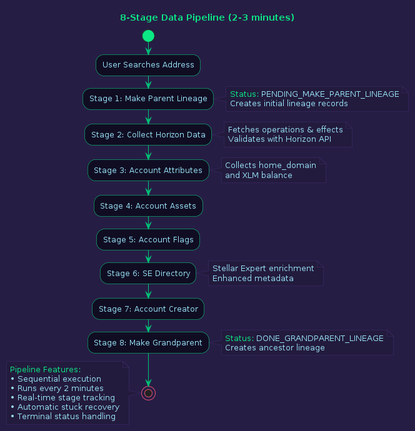
Earlier version of the PlantUML export diagrams/02_data_pipeline.png (areveur51/StellarMapWeb).
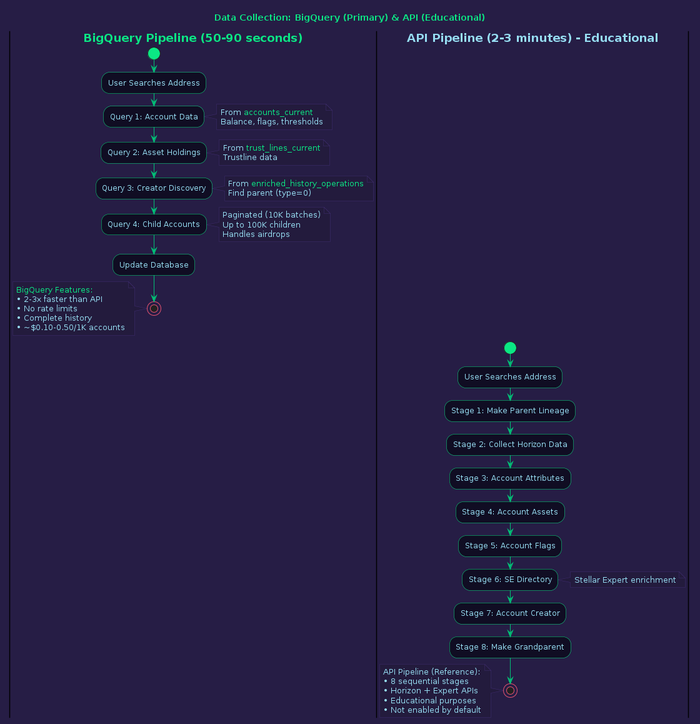
Above is the later version.

Commit message:
Update diagrams in the README file to reflect current system architecture

What changed in the source:
```diff
@@ -16,29 +16,62 @@
   FontColor #96DDF2
 }
 
-title <color:#0BE784>8-Stage Data Pipeline (2-3 minutes)
+title <color:#0BE784>Data Collection: BigQuery (Primary) & API (Educational)
+
+|<b><color:#0BE784>BigQuery Pipeline (50-90 seconds)|
+
+start
+
+:User Searches Address;
+
+:Query 1: Account Data;
+note right #231B3D
+  <color:#96DDF2>From <color:#0BE784>accounts_current
+  <color:#96DDF2>Balance, flags, thresholds
+end note
+
+:Query 2: Asset Holdings;
+note right #231B3D
+  <color:#96DDF2>From <color:#0BE784>trust_lines_current
+  <color:#96DDF2>Trustline data
+end note
+
+:Query 3: Creator Discovery;
+note right #231B3D
+  <color:#96DDF2>From <color:#0BE784>enriched_history_operations
+  <color:#96DDF2>Find parent (type=0)
+end note
+
+:Query 4: Child Accounts;
+note right #231B3D
+  <color:#96DDF2>Paginated (10K batches)
+  <color:#96DDF2>Up to 100K children
+  <color:#96DDF2>Handles airdrops
+end note
+
+:Update Database;
+
+stop
+
+note left #231B3D
+  <color:#0BE784>BigQuery Features:
+  <color:#96DDF2>• 2-3x faster than API
+  <color:#96DDF2>• No rate limits
+  <color:#96DDF2>• Complete history
+  <color:#96DDF2>• ~$0.10-0.50/1K accounts
+end note
+
+|<b><color:#96DDF2>API Pipeline (2-3 minutes) - Educational|
 
 start
 
 :User Searches Address;
 
 :Stage 1: Make Parent Lineage;
-note right #231B3D
-  <color:#0BE784>Status: <color:#96DDF2>PENDING_MAKE_PARENT_LINEAGE
-  Creates initial lineage records
-end note
 
 :Stage 2: Collect Horizon Data;
-note right #231B3D
-  <color:#96DDF2>Fetches operations & effects
-  Validates with Horizon API
-end note
 
 :Stage 3: Account Attributes;
-note right #231B3D
-  <color:#96DDF2>Collects home_domain
-  and XLM balance
-end note
 
 :Stage 4: Account Assets;
 
@@ -47,26 +80,20 @@
 :Stage 6: SE Directory;
 note right #231B3D
   <color:#96DDF2>Stellar Expert enrichment
-  Enhanced metadata
 end note
 
 :Stage 7: Account Creator;
 
 :Stage 8: Make Grandparent;
-note right #231B3D
-  <color:#0BE784>Status: <color:#96DDF2>DONE_GRANDPARENT_LINEAGE
-  Creates ancestor lineage
-end note
 
 stop
 
 note left #231B3D
-  <color:#0BE784>Pipeline Features:
-  <color:#96DDF2>• Sequential execution
-  • Runs every 2 minutes
-  • Real-time stage tracking
-  • Automatic stuck recovery
-  • Terminal status handling
+  <color:#96DDF2>API Pipeline (Reference):
+  <color:#96DDF2>• 8 sequential stages
+  <color:#96DDF2>• Horizon + Expert APIs
+  <color:#96DDF2>• Educational purposes
+  <color:#96DDF2>• Not enabled by default
 end note
 
 @enduml
```
